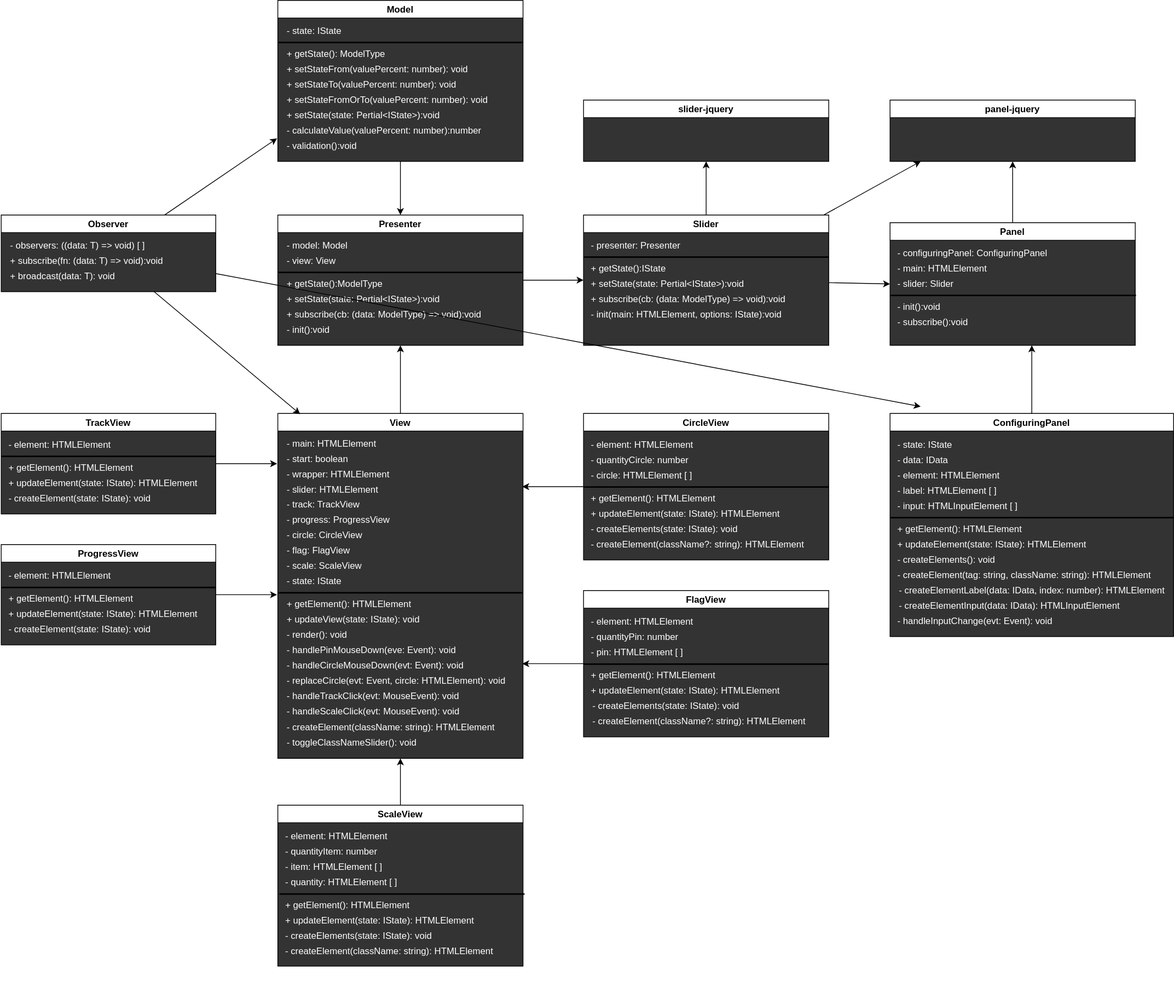
Earlier version of the draw.io export UML.svg (webproject67/Slider). Source tidied: cells renumbered, new cells last; positions are measured from the earlier drawing's top-left corner, leaving out a move shared by most shapes.
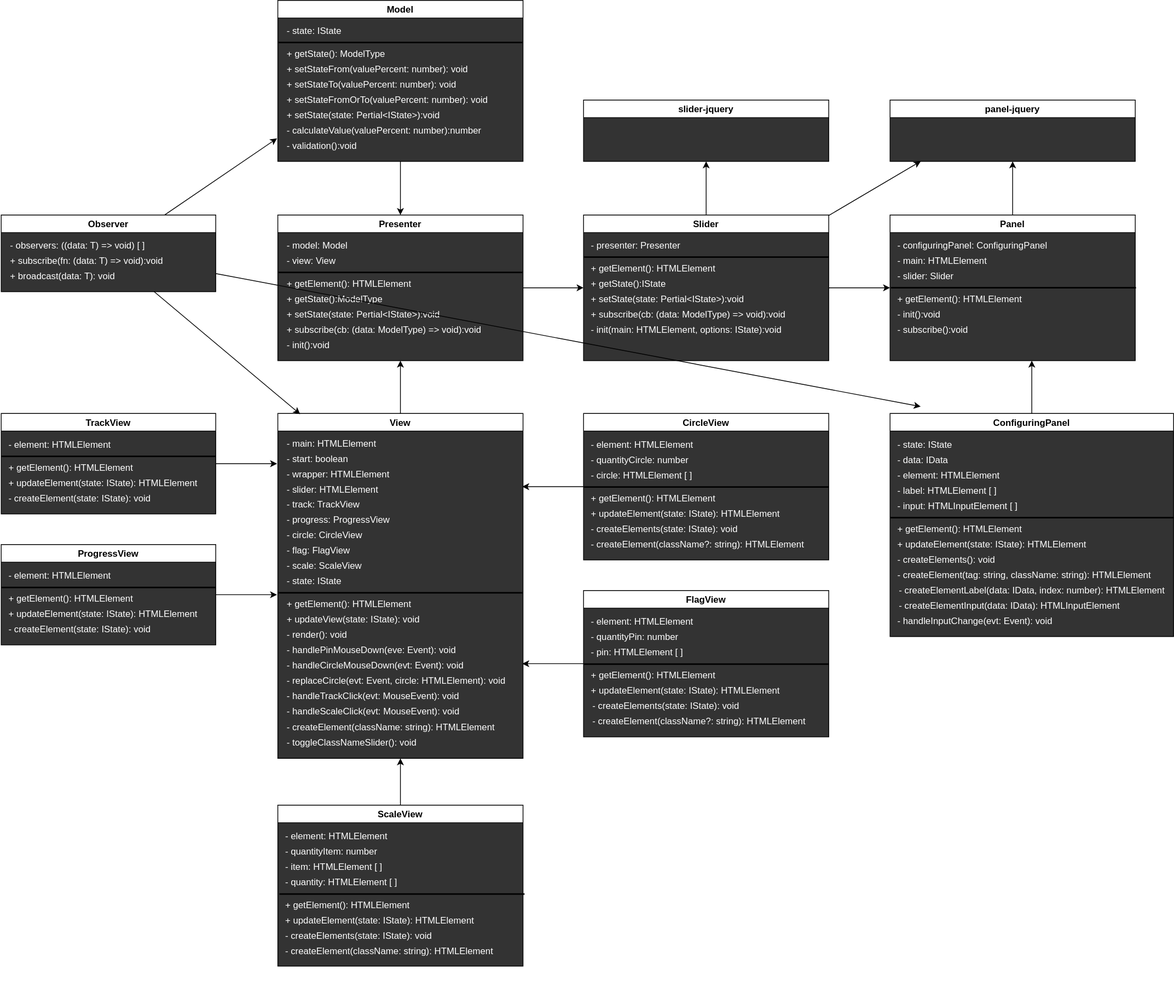
Above is the later version.

The edit, as a diff of the source:
```diff
@@ -2,19 +2,17 @@
   <root>
     <mxCell id="0" />
     <mxCell id="1" parent="0" />
-    <mxCell id="2" style="edgeStyle=none;html=1;" parent="1" edge="1" source="3">
-      <mxGeometry relative="1" as="geometry">
-        <mxPoint x="760" y="365" as="targetPoint" />
-      </mxGeometry>
-    </mxCell>
+    <mxCell id="138" style="edgeStyle=none;html=1;entryX=0;entryY=0.5;entryDx=0;entryDy=0;" parent="1" edge="1" source="3" target="45">
+      <mxGeometry relative="1" as="geometry" />
+    </mxCell>
     <mxCell id="3" value="Presenter" style="swimlane;startSize=23;swimlaneFillColor=#333333;" parent="1" vertex="1">
-      <mxGeometry x="361" y="280" width="320" height="170" as="geometry" />
+      <mxGeometry x="361" y="280" width="320" height="190" as="geometry" />
     </mxCell>
     <mxCell id="4" style="line;strokeWidth=2;html=1;" parent="3" vertex="1">
       <mxGeometry y="70" width="320" height="10" as="geometry" />
     </mxCell>
     <mxCell id="5" value="&lt;div style=&quot;line-height: 19px&quot;&gt;&lt;font style=&quot;font-size: 12px&quot; color=&quot;#ffffff&quot;&gt;- init():void&lt;/font&gt;&lt;/div&gt;" style="text;html=1;align=left;verticalAlign=middle;" parent="3" vertex="1">
-      <mxGeometry x="10" y="140" width="70" height="20" as="geometry" />
+      <mxGeometry x="10" y="160" width="70" height="20" as="geometry" />
     </mxCell>
     <mxCell id="6" value="&lt;font color=&quot;#ffffff&quot;&gt;- view: View&lt;/font&gt;" style="text;html=1;align=left;verticalAlign=middle;" parent="3" vertex="1">
       <mxGeometry x="10" y="50" width="80" height="20" as="geometry" />
@@ -23,14 +21,17 @@
       <mxGeometry x="10" y="30" width="90" height="20" as="geometry" />
     </mxCell>
     <mxCell id="8" value="&lt;div style=&quot;line-height: 19px&quot;&gt;&lt;font style=&quot;font-size: 12px&quot; color=&quot;#ffffff&quot;&gt;+ getState():ModelType&lt;/font&gt;&lt;/div&gt;" style="text;html=1;align=left;verticalAlign=middle;" parent="3" vertex="1">
-      <mxGeometry x="10" y="80" width="140" height="20" as="geometry" />
+      <mxGeometry x="10" y="100" width="140" height="20" as="geometry" />
     </mxCell>
     <mxCell id="9" value="&lt;div style=&quot;line-height: 19px&quot;&gt;&lt;font style=&quot;font-size: 12px&quot; color=&quot;#ffffff&quot;&gt;+ setState(state: Pertial&amp;lt;IState&amp;gt;):void&lt;/font&gt;&lt;/div&gt;" style="text;html=1;align=left;verticalAlign=middle;" parent="3" vertex="1">
-      <mxGeometry x="10" y="100" width="220" height="20" as="geometry" />
+      <mxGeometry x="10" y="120" width="220" height="20" as="geometry" />
     </mxCell>
     <mxCell id="10" value="&lt;div style=&quot;line-height: 19px&quot;&gt;&lt;font style=&quot;font-size: 12px&quot; color=&quot;#ffffff&quot;&gt;+ subscribe(cb: (data: ModelType) =&amp;gt; void):void&lt;/font&gt;&lt;/div&gt;" style="text;html=1;align=left;verticalAlign=middle;" parent="3" vertex="1">
-      <mxGeometry x="10" y="120" width="270" height="20" as="geometry" />
+      <mxGeometry x="10" y="140" width="270" height="20" as="geometry" />
     </mxCell>
+    <mxCell id="139" value="&lt;div style=&quot;line-height: 19px&quot;&gt;&lt;font style=&quot;font-size: 12px&quot; color=&quot;#ffffff&quot;&gt;+ getElement(): HTMLElement&lt;/font&gt;&lt;/div&gt;" style="text;html=1;align=left;verticalAlign=middle;" parent="3" vertex="1">
+      <mxGeometry x="10" y="80" width="180" height="20" as="geometry" />
+    </mxCell>
     <mxCell id="11" style="edgeStyle=none;html=1;" parent="1" edge="1" source="12">
       <mxGeometry relative="1" as="geometry">
         <mxPoint x="360" y="604.5" as="targetPoint" />
@@ -134,11 +135,13 @@
         <mxPoint x="1200" y="210" as="targetPoint" />
       </mxGeometry>
     </mxCell>
-    <mxCell id="44" style="edgeStyle=none;html=1;entryX=0;entryY=0.5;entryDx=0;entryDy=0;" parent="1" edge="1" source="45" target="115">
-      <mxGeometry relative="1" as="geometry" />
-    </mxCell>
+    <mxCell id="140" style="edgeStyle=none;html=1;" parent="1" edge="1" source="45">
+      <mxGeometry relative="1" as="geometry">
+        <mxPoint x="1160" y="375" as="targetPoint" />
+      </mxGeometry>
+    </mxCell>
     <mxCell id="45" value="Slider" style="swimlane;swimlaneFillColor=#333333;" parent="1" vertex="1">
-      <mxGeometry x="760" y="280" width="320" height="170" as="geometry" />
+      <mxGeometry x="760" y="280" width="320" height="190" as="geometry" />
     </mxCell>
     <mxCell id="46" value="&lt;font color=&quot;#ffffff&quot;&gt;- presenter: Presenter&lt;/font&gt;" style="text;html=1;align=left;verticalAlign=middle;" parent="45" vertex="1">
       <mxGeometry x="8" y="30" width="130" height="20" as="geometry" />
@@ -147,17 +150,20 @@
       <mxGeometry y="50" width="320" height="10" as="geometry" />
     </mxCell>
     <mxCell id="48" value="&lt;div style=&quot;line-height: 19px&quot;&gt;&lt;font style=&quot;font-size: 12px&quot; color=&quot;#ffffff&quot;&gt;- init(main: HTMLElement, options: IState):void&lt;/font&gt;&lt;/div&gt;" style="text;html=1;align=left;verticalAlign=middle;" parent="45" vertex="1">
-      <mxGeometry x="8" y="120" width="260" height="20" as="geometry" />
+      <mxGeometry x="8" y="140" width="260" height="20" as="geometry" />
     </mxCell>
     <mxCell id="49" value="&lt;div style=&quot;line-height: 19px&quot;&gt;&lt;font style=&quot;font-size: 12px&quot; color=&quot;#ffffff&quot;&gt;+ getState():IState&lt;/font&gt;&lt;/div&gt;" style="text;html=1;align=left;verticalAlign=middle;" parent="45" vertex="1">
-      <mxGeometry x="8" y="60" width="110" height="20" as="geometry" />
+      <mxGeometry x="8" y="80" width="110" height="20" as="geometry" />
     </mxCell>
     <mxCell id="50" value="&lt;div style=&quot;line-height: 19px&quot;&gt;&lt;font style=&quot;font-size: 12px&quot; color=&quot;#ffffff&quot;&gt;+ setState(state: Pertial&amp;lt;IState&amp;gt;):void&lt;/font&gt;&lt;/div&gt;" style="text;html=1;align=left;verticalAlign=middle;" parent="45" vertex="1">
-      <mxGeometry x="8" y="80" width="220" height="20" as="geometry" />
+      <mxGeometry x="8" y="100" width="220" height="20" as="geometry" />
     </mxCell>
     <mxCell id="51" value="&lt;div style=&quot;line-height: 19px&quot;&gt;&lt;font style=&quot;font-size: 12px&quot; color=&quot;#ffffff&quot;&gt;+ subscribe(cb: (data: ModelType) =&amp;gt; void):void&lt;/font&gt;&lt;/div&gt;" style="text;html=1;align=left;verticalAlign=middle;" parent="45" vertex="1">
-      <mxGeometry x="8" y="100" width="270" height="20" as="geometry" />
+      <mxGeometry x="8" y="120" width="270" height="20" as="geometry" />
     </mxCell>
+    <mxCell id="141" value="&lt;div style=&quot;line-height: 19px&quot;&gt;&lt;font style=&quot;font-size: 12px&quot; color=&quot;#ffffff&quot;&gt;+ getElement(): HTMLElement&lt;/font&gt;&lt;/div&gt;" style="text;html=1;align=left;verticalAlign=middle;" parent="45" vertex="1">
+      <mxGeometry x="8" y="60" width="180" height="20" as="geometry" />
+    </mxCell>
     <mxCell id="52" style="edgeStyle=none;html=1;entryX=0.091;entryY=0.002;entryDx=0;entryDy=0;entryPerimeter=0;" parent="1" edge="1" source="55" target="20">
       <mxGeometry relative="1" as="geometry" />
     </mxCell>
@@ -358,7 +364,7 @@
       <mxGeometry relative="1" as="geometry" />
     </mxCell>
     <mxCell id="115" value="Panel" style="swimlane;swimlaneFillColor=#333333;startSize=23;" parent="1" vertex="1">
-      <mxGeometry x="1160" y="290" width="320" height="160" as="geometry" />
+      <mxGeometry x="1160" y="280" width="320" height="190" as="geometry" />
     </mxCell>
     <mxCell id="116" value="&lt;font color=&quot;#ffffff&quot;&gt;- configuringPanel: ConfiguringPanel&lt;/font&gt;" style="text;html=1;align=left;verticalAlign=middle;" parent="115" vertex="1">
       <mxGeometry x="8" y="30" width="210" height="20" as="geometry" />
@@ -367,10 +373,10 @@
       <mxGeometry x="1" y="90" width="320" height="10" as="geometry" />
     </mxCell>
     <mxCell id="118" value="&lt;div style=&quot;line-height: 19px&quot;&gt;&lt;font style=&quot;font-size: 12px&quot; color=&quot;#ffffff&quot;&gt;- subscribe():void&lt;/font&gt;&lt;/div&gt;" style="text;html=1;align=left;verticalAlign=middle;" parent="115" vertex="1">
-      <mxGeometry x="8" y="120" width="110" height="20" as="geometry" />
+      <mxGeometry x="8" y="140" width="110" height="20" as="geometry" />
     </mxCell>
     <mxCell id="119" value="&lt;div style=&quot;line-height: 19px&quot;&gt;&lt;font style=&quot;font-size: 12px&quot; color=&quot;#ffffff&quot;&gt;- init():void&lt;/font&gt;&lt;/div&gt;" style="text;html=1;align=left;verticalAlign=middle;" parent="115" vertex="1">
-      <mxGeometry x="8" y="100" width="70" height="20" as="geometry" />
+      <mxGeometry x="8" y="120" width="70" height="20" as="geometry" />
     </mxCell>
     <mxCell id="120" value="&lt;font color=&quot;#ffffff&quot;&gt;- main: HTMLElement&lt;/font&gt;" style="text;html=1;align=left;verticalAlign=middle;" parent="115" vertex="1">
       <mxGeometry x="8" y="50" width="130" height="20" as="geometry" />
@@ -378,9 +384,12 @@
     <mxCell id="121" value="&lt;font color=&quot;#ffffff&quot;&gt;- slider: Slider&lt;/font&gt;" style="text;html=1;align=left;verticalAlign=middle;" parent="115" vertex="1">
       <mxGeometry x="8" y="70" width="90" height="20" as="geometry" />
     </mxCell>
+    <mxCell id="142" value="&lt;div style=&quot;line-height: 19px&quot;&gt;&lt;font style=&quot;font-size: 12px&quot; color=&quot;#ffffff&quot;&gt;+ getElement(): HTMLElement&lt;/font&gt;&lt;/div&gt;" style="text;html=1;align=left;verticalAlign=middle;" parent="115" vertex="1">
+      <mxGeometry x="8" y="100" width="180" height="20" as="geometry" />
+    </mxCell>
     <mxCell id="122" style="edgeStyle=none;html=1;" parent="1" edge="1" source="123">
       <mxGeometry relative="1" as="geometry">
-        <mxPoint x="1345" y="450" as="targetPoint" />
+        <mxPoint x="1345" y="470" as="targetPoint" />
       </mxGeometry>
     </mxCell>
     <mxCell id="123" value="ConfiguringPanel" style="swimlane;swimlaneFillColor=#333333;" parent="1" vertex="1">
```
